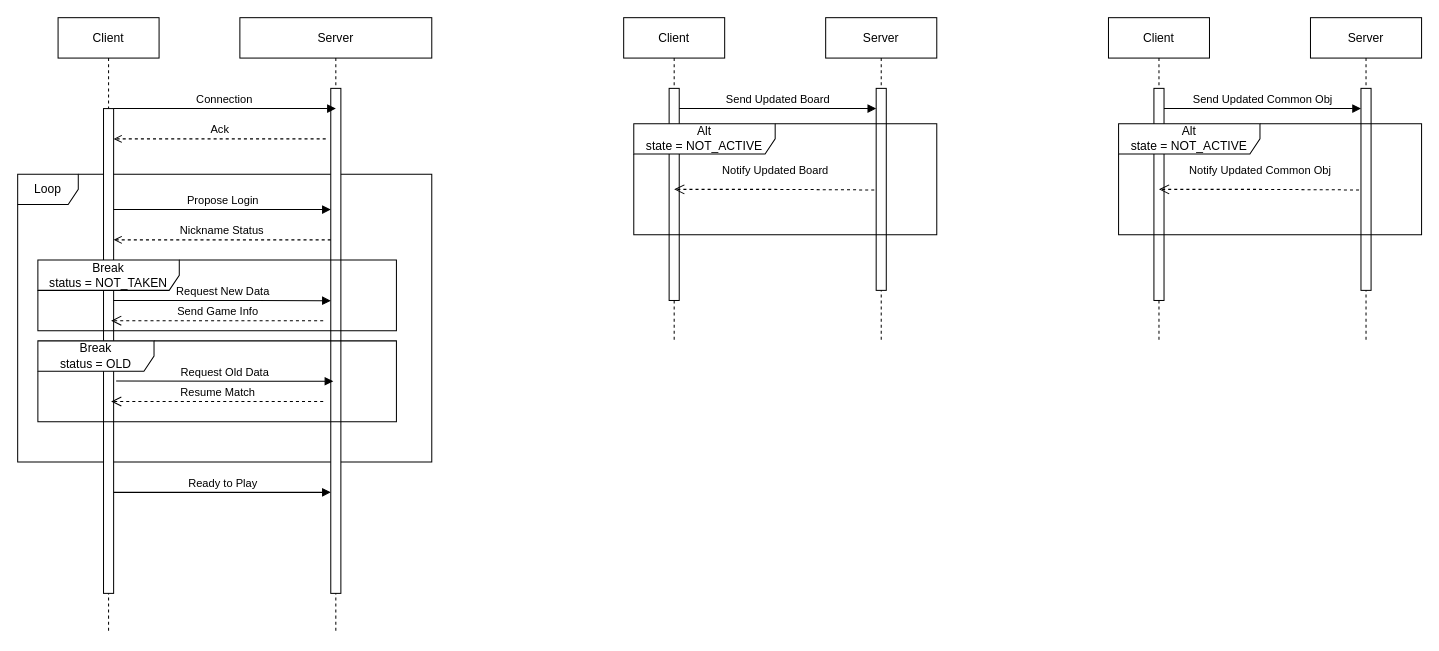
Above: deliveries/Diagrammi UML/Sequence Diagram.drawio in Davide-Ettori/My_Shelfie-Distributed-Online-Game (draw.io), before the change. Source tidied: cells renumbered, new cells numbered last; positions are measured from the earlier drawing's top-left corner, leaving out a move shared by most shapes. Both pictures are drawn from the tidied source at 101%, with x=0, y=0 at pixel (17, 17).
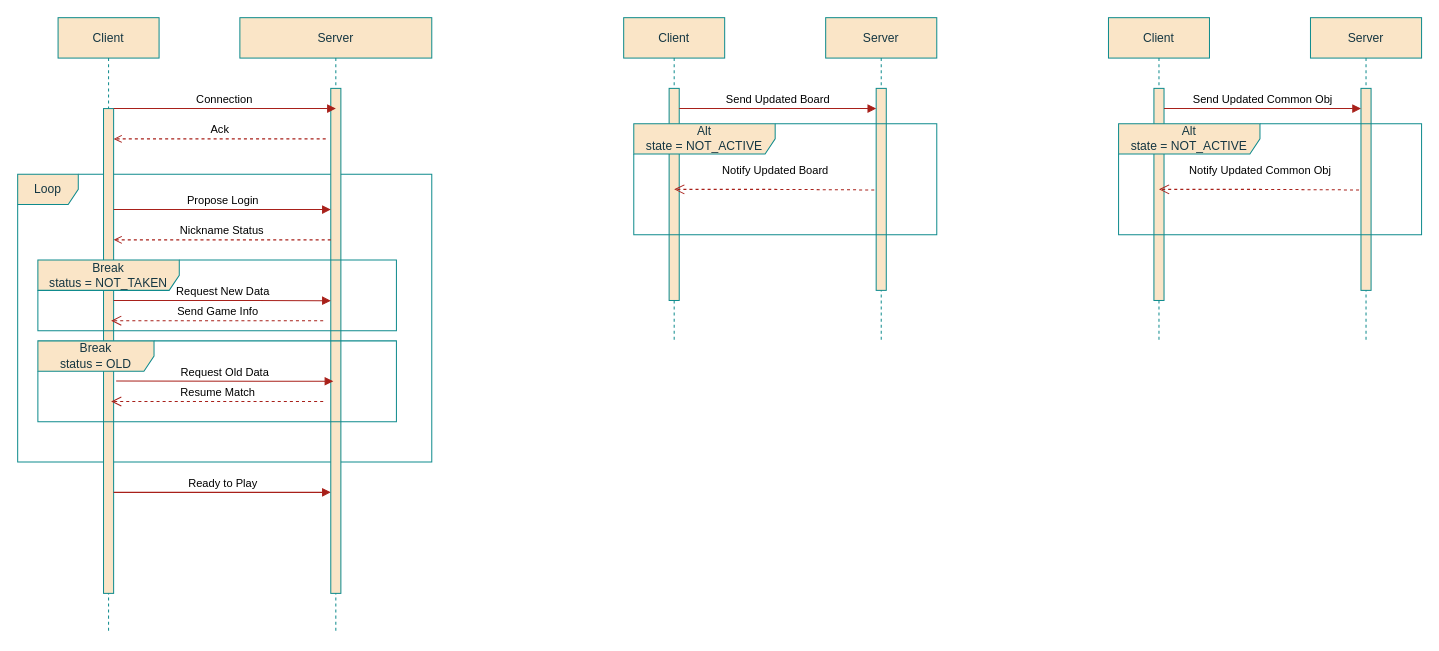
The same diagram, later.

What changed in the source:
```diff
@@
-    <mxCell id="2" value="Loop" style="shape=umlFrame;whiteSpace=wrap;html=1;" parent="1" vertex="1">
+    <mxCell id="2" value="Loop" style="shape=umlFrame;whiteSpace=wrap;html=1;labelBackgroundColor=none;fillColor=#FAE5C7;strokeColor=#0F8B8D;fontColor=#143642;" parent="1" vertex="1">
       <mxGeometry y="155" width="410" height="285" as="geometry" />
     </mxCell>
-    <mxCell id="3" value="Client" style="shape=umlLifeline;perimeter=lifelinePerimeter;rounded=0;shadow=0;strokeWidth=1;" parent="1" vertex="1">
+    <mxCell id="3" value="Client" style="shape=umlLifeline;perimeter=lifelinePerimeter;rounded=0;shadow=0;strokeWidth=1;labelBackgroundColor=none;fillColor=#FAE5C7;strokeColor=#0F8B8D;fontColor=#143642;" parent="1" vertex="1">
       <mxGeometry x="40" width="100" height="610" as="geometry" />
     </mxCell>
-    <mxCell id="4" style="points=[];perimeter=orthogonalPerimeter;rounded=0;shadow=0;strokeWidth=1;" parent="3" vertex="1">
+    <mxCell id="4" style="points=[];perimeter=orthogonalPerimeter;rounded=0;shadow=0;strokeWidth=1;labelBackgroundColor=none;fillColor=#FAE5C7;strokeColor=#0F8B8D;fontColor=#143642;" parent="3" vertex="1">
       <mxGeometry x="45" y="90" width="10" height="480" as="geometry" />
     </mxCell>
-    <mxCell id="5" value="Ready to Play" style="html=1;verticalAlign=bottom;endArrow=block;rounded=0;" parent="3" edge="1" target="7">
+    <mxCell id="5" value="Ready to Play" style="html=1;verticalAlign=bottom;endArrow=block;rounded=0;labelBackgroundColor=none;strokeColor=#A8201A;fontColor=default;" parent="3" edge="1" target="7">
       <mxGeometry relative="1" as="geometry">
         <mxPoint x="55" y="470" as="sourcePoint" />
       </mxGeometry>
     </mxCell>
-    <mxCell id="6" value="Server" style="shape=umlLifeline;perimeter=lifelinePerimeter;rounded=0;shadow=0;strokeWidth=1;" parent="1" vertex="1">
+    <mxCell id="6" value="Server" style="shape=umlLifeline;perimeter=lifelinePerimeter;rounded=0;shadow=0;strokeWidth=1;labelBackgroundColor=none;fillColor=#FAE5C7;strokeColor=#0F8B8D;fontColor=#143642;" parent="1" vertex="1">
       <mxGeometry x="220" width="190" height="610" as="geometry" />
     </mxCell>
-    <mxCell id="7" style="points=[];perimeter=orthogonalPerimeter;rounded=0;shadow=0;strokeWidth=1;" parent="6" vertex="1">
+    <mxCell id="7" style="points=[];perimeter=orthogonalPerimeter;rounded=0;shadow=0;strokeWidth=1;labelBackgroundColor=none;fillColor=#FAE5C7;strokeColor=#0F8B8D;fontColor=#143642;" parent="6" vertex="1">
       <mxGeometry x="90" y="70" width="10" height="500" as="geometry" />
     </mxCell>
-    <mxCell id="8" value="Propose Login" style="html=1;verticalAlign=bottom;endArrow=block;rounded=0;" parent="6" edge="1" target="7">
+    <mxCell id="8" value="Propose Login" style="html=1;verticalAlign=bottom;endArrow=block;rounded=0;labelBackgroundColor=none;strokeColor=#A8201A;fontColor=default;" parent="6" edge="1" target="7">
       <mxGeometry relative="1" as="geometry">
         <mxPoint x="-125" y="190" as="sourcePoint" />
       </mxGeometry>
     </mxCell>
-    <mxCell id="9" value="Nickname Status" style="html=1;verticalAlign=bottom;endArrow=open;rounded=0;dashed=1;endFill=0;" parent="6" edge="1" source="7">
+    <mxCell id="9" value="Nickname Status" style="html=1;verticalAlign=bottom;endArrow=open;rounded=0;dashed=1;endFill=0;labelBackgroundColor=none;strokeColor=#A8201A;fontColor=default;" parent="6" edge="1" source="7">
       <mxGeometry relative="1" as="geometry">
         <mxPoint x="-125" y="220" as="targetPoint" />
       </mxGeometry>
     </mxCell>
-    <mxCell id="10" value="Break&lt;br&gt;status = NOT_TAKEN" style="shape=umlFrame;whiteSpace=wrap;html=1;width=140;height=30;" parent="6" vertex="1">
+    <mxCell id="10" value="Break&lt;br&gt;status = NOT_TAKEN" style="shape=umlFrame;whiteSpace=wrap;html=1;width=140;height=30;labelBackgroundColor=none;fillColor=#FAE5C7;strokeColor=#0F8B8D;fontColor=#143642;" parent="6" vertex="1">
       <mxGeometry x="-200" y="240" width="355" height="70" as="geometry" />
     </mxCell>
-    <mxCell id="11" value="Request New Data" style="html=1;verticalAlign=bottom;endArrow=block;rounded=0;endFill=1;" parent="6" edge="1">
+    <mxCell id="11" value="Request New Data" style="html=1;verticalAlign=bottom;endArrow=block;rounded=0;endFill=1;labelBackgroundColor=none;strokeColor=#A8201A;fontColor=default;" parent="6" edge="1">
       <mxGeometry relative="1" as="geometry">
         <mxPoint x="-125" y="280" as="sourcePoint" />
         <mxPoint x="90" y="280.2" as="targetPoint" />
       </mxGeometry>
     </mxCell>
-    <mxCell id="12" value="Send Game Info" style="html=1;verticalAlign=bottom;endArrow=open;dashed=1;endSize=8;rounded=0;" parent="6" edge="1">
+    <mxCell id="12" value="Send Game Info" style="html=1;verticalAlign=bottom;endArrow=open;dashed=1;endSize=8;rounded=0;labelBackgroundColor=none;strokeColor=#A8201A;fontColor=default;" parent="6" edge="1">
       <mxGeometry relative="1" as="geometry">
         <mxPoint x="82.5" y="300" as="sourcePoint" />
         <mxPoint x="-127.5" y="300" as="targetPoint" />
       </mxGeometry>
     </mxCell>
-    <mxCell id="13" value="Connection" style="verticalAlign=bottom;endArrow=block;shadow=0;strokeWidth=1;" parent="1" edge="1" source="4">
+    <mxCell id="13" value="Connection" style="verticalAlign=bottom;endArrow=block;shadow=0;strokeWidth=1;labelBackgroundColor=none;strokeColor=#A8201A;fontColor=default;" parent="1" edge="1" source="4">
       <mxGeometry relative="1" as="geometry">
         <mxPoint x="315" y="90" as="targetPoint" />
         <Array as="points">
           <mxPoint x="195" y="90" />
         </Array>
       </mxGeometry>
     </mxCell>
-    <mxCell id="14" value="Ack" style="html=1;verticalAlign=bottom;endArrow=open;rounded=0;dashed=1;endFill=0;" parent="1" edge="1">
+    <mxCell id="14" value="Ack" style="html=1;verticalAlign=bottom;endArrow=open;rounded=0;dashed=1;endFill=0;labelBackgroundColor=none;strokeColor=#A8201A;fontColor=default;" parent="1" edge="1">
       <mxGeometry relative="1" as="geometry">
         <mxPoint x="305" y="120" as="sourcePoint" />
         <mxPoint x="95" y="120" as="targetPoint" />
         <Array as="points">
           <mxPoint x="255" y="120" />
         </Array>
       </mxGeometry>
     </mxCell>
-    <mxCell id="15" value="Break&lt;br&gt;status = OLD" style="shape=umlFrame;whiteSpace=wrap;html=1;fillStyle=auto;fillColor=#FFFFFF;width=115;height=30;" parent="1" vertex="1">
+    <mxCell id="15" value="Break&lt;br&gt;status = OLD" style="shape=umlFrame;whiteSpace=wrap;html=1;fillStyle=auto;fillColor=#FAE5C7;width=115;height=30;labelBackgroundColor=none;strokeColor=#0F8B8D;fontColor=#143642;" parent="1" vertex="1">
       <mxGeometry x="20" y="320" width="355" height="80" as="geometry" />
     </mxCell>
-    <mxCell id="16" value="Resume Match" style="html=1;verticalAlign=bottom;endArrow=open;dashed=1;endSize=8;rounded=0;" parent="1" edge="1">
+    <mxCell id="16" value="Resume Match" style="html=1;verticalAlign=bottom;endArrow=open;dashed=1;endSize=8;rounded=0;labelBackgroundColor=none;strokeColor=#A8201A;fontColor=default;" parent="1" edge="1">
       <mxGeometry relative="1" as="geometry">
         <mxPoint x="302.5" y="380" as="sourcePoint" />
         <mxPoint x="92.5" y="380" as="targetPoint" />
       </mxGeometry>
     </mxCell>
-    <mxCell id="17" value="Request Old Data" style="html=1;verticalAlign=bottom;endArrow=block;rounded=0;endFill=1;" parent="1" edge="1">
+    <mxCell id="17" value="Request Old Data" style="html=1;verticalAlign=bottom;endArrow=block;rounded=0;endFill=1;labelBackgroundColor=none;strokeColor=#A8201A;fontColor=default;" parent="1" edge="1">
       <mxGeometry relative="1" as="geometry">
         <mxPoint x="97.5" y="359.8" as="sourcePoint" />
         <mxPoint x="312.5" y="360" as="targetPoint" />
       </mxGeometry>
     </mxCell>
-    <mxCell id="18" value="Client" style="shape=umlLifeline;perimeter=lifelinePerimeter;rounded=0;shadow=0;strokeWidth=1;" parent="1" vertex="1">
+    <mxCell id="18" value="Client" style="shape=umlLifeline;perimeter=lifelinePerimeter;rounded=0;shadow=0;strokeWidth=1;labelBackgroundColor=none;fillColor=#FAE5C7;strokeColor=#0F8B8D;fontColor=#143642;" parent="1" vertex="1">
       <mxGeometry x="600" width="100" height="320" as="geometry" />
     </mxCell>
-    <mxCell id="19" style="points=[];perimeter=orthogonalPerimeter;rounded=0;shadow=0;strokeWidth=1;" parent="18" vertex="1">
+    <mxCell id="19" style="points=[];perimeter=orthogonalPerimeter;rounded=0;shadow=0;strokeWidth=1;labelBackgroundColor=none;fillColor=#FAE5C7;strokeColor=#0F8B8D;fontColor=#143642;" parent="18" vertex="1">
       <mxGeometry x="45" y="70" width="10" height="210" as="geometry" />
     </mxCell>
-    <mxCell id="20" value="Server" style="shape=umlLifeline;perimeter=lifelinePerimeter;rounded=0;shadow=0;strokeWidth=1;" parent="1" vertex="1">
+    <mxCell id="20" value="Server" style="shape=umlLifeline;perimeter=lifelinePerimeter;rounded=0;shadow=0;strokeWidth=1;labelBackgroundColor=none;fillColor=#FAE5C7;strokeColor=#0F8B8D;fontColor=#143642;" parent="1" vertex="1">
       <mxGeometry x="800" width="110" height="320" as="geometry" />
     </mxCell>
-    <mxCell id="21" style="points=[];perimeter=orthogonalPerimeter;rounded=0;shadow=0;strokeWidth=1;" parent="20" vertex="1">
+    <mxCell id="21" style="points=[];perimeter=orthogonalPerimeter;rounded=0;shadow=0;strokeWidth=1;labelBackgroundColor=none;fillColor=#FAE5C7;strokeColor=#0F8B8D;fontColor=#143642;" parent="20" vertex="1">
       <mxGeometry x="50" y="70" width="10" height="200" as="geometry" />
     </mxCell>
-    <mxCell id="22" value="Alt&lt;br&gt;state = NOT_ACTIVE" style="shape=umlFrame;whiteSpace=wrap;html=1;fillStyle=auto;fillColor=#FFFFFF;width=140;height=30;" parent="20" vertex="1">
+    <mxCell id="22" value="Alt&lt;br&gt;state = NOT_ACTIVE" style="shape=umlFrame;whiteSpace=wrap;html=1;fillStyle=auto;fillColor=#FAE5C7;width=140;height=30;labelBackgroundColor=none;strokeColor=#0F8B8D;fontColor=#143642;" parent="20" vertex="1">
       <mxGeometry x="-190" y="105" width="300" height="110" as="geometry" />
     </mxCell>
-    <mxCell id="23" value="Send Updated Board" style="verticalAlign=bottom;endArrow=block;shadow=0;strokeWidth=1;" parent="1" edge="1" source="19">
+    <mxCell id="23" value="Send Updated Board" style="verticalAlign=bottom;endArrow=block;shadow=0;strokeWidth=1;labelBackgroundColor=none;strokeColor=#A8201A;fontColor=default;" parent="1" edge="1" source="19">
       <mxGeometry relative="1" as="geometry">
         <mxPoint x="850" y="90" as="targetPoint" />
         <Array as="points">
           <mxPoint x="755" y="90" />
         </Array>
       </mxGeometry>
     </mxCell>
-    <mxCell id="24" value="Notify Updated Board" style="html=1;verticalAlign=bottom;endArrow=open;dashed=1;endSize=8;rounded=0;exitX=-0.189;exitY=0.503;exitDx=0;exitDy=0;exitPerimeter=0;" parent="1" edge="1" source="21">
+    <mxCell id="24" value="Notify Updated Board" style="html=1;verticalAlign=bottom;endArrow=open;dashed=1;endSize=8;rounded=0;exitX=-0.189;exitY=0.503;exitDx=0;exitDy=0;exitPerimeter=0;labelBackgroundColor=none;strokeColor=#A8201A;fontColor=default;" parent="1" edge="1" source="21">
       <mxGeometry x="-0.01" y="-10" relative="1" as="geometry">
         <mxPoint x="650" y="170" as="targetPoint" />
         <Array as="points">
           <mxPoint x="750" y="170" />
         </Array>
       </mxGeometry>
     </mxCell>
-    <mxCell id="25" value="Client" style="shape=umlLifeline;perimeter=lifelinePerimeter;rounded=0;shadow=0;strokeWidth=1;" parent="1" vertex="1">
+    <mxCell id="25" value="Client" style="shape=umlLifeline;perimeter=lifelinePerimeter;rounded=0;shadow=0;strokeWidth=1;labelBackgroundColor=none;fillColor=#FAE5C7;strokeColor=#0F8B8D;fontColor=#143642;" parent="1" vertex="1">
       <mxGeometry x="1080" width="100" height="320" as="geometry" />
     </mxCell>
-    <mxCell id="26" style="points=[];perimeter=orthogonalPerimeter;rounded=0;shadow=0;strokeWidth=1;" parent="25" vertex="1">
+    <mxCell id="26" style="points=[];perimeter=orthogonalPerimeter;rounded=0;shadow=0;strokeWidth=1;labelBackgroundColor=none;fillColor=#FAE5C7;strokeColor=#0F8B8D;fontColor=#143642;" parent="25" vertex="1">
       <mxGeometry x="45" y="70" width="10" height="210" as="geometry" />
     </mxCell>
-    <mxCell id="27" value="Server" style="shape=umlLifeline;perimeter=lifelinePerimeter;rounded=0;shadow=0;strokeWidth=1;" parent="1" vertex="1">
+    <mxCell id="27" value="Server" style="shape=umlLifeline;perimeter=lifelinePerimeter;rounded=0;shadow=0;strokeWidth=1;labelBackgroundColor=none;fillColor=#FAE5C7;strokeColor=#0F8B8D;fontColor=#143642;" parent="1" vertex="1">
       <mxGeometry x="1280" width="110" height="320" as="geometry" />
     </mxCell>
-    <mxCell id="28" style="points=[];perimeter=orthogonalPerimeter;rounded=0;shadow=0;strokeWidth=1;" parent="27" vertex="1">
+    <mxCell id="28" style="points=[];perimeter=orthogonalPerimeter;rounded=0;shadow=0;strokeWidth=1;labelBackgroundColor=none;fillColor=#FAE5C7;strokeColor=#0F8B8D;fontColor=#143642;" parent="27" vertex="1">
       <mxGeometry x="50" y="70" width="10" height="200" as="geometry" />
     </mxCell>
-    <mxCell id="29" value="Alt&lt;br&gt;state = NOT_ACTIVE" style="shape=umlFrame;whiteSpace=wrap;html=1;fillStyle=auto;fillColor=#FFFFFF;width=140;height=30;" parent="27" vertex="1">
+    <mxCell id="29" value="Alt&lt;br&gt;state = NOT_ACTIVE" style="shape=umlFrame;whiteSpace=wrap;html=1;fillStyle=auto;fillColor=#FAE5C7;width=140;height=30;labelBackgroundColor=none;strokeColor=#0F8B8D;fontColor=#143642;" parent="27" vertex="1">
       <mxGeometry x="-190" y="105" width="300" height="110" as="geometry" />
     </mxCell>
-    <mxCell id="30" value="Send Updated Common Obj" style="verticalAlign=bottom;endArrow=block;shadow=0;strokeWidth=1;" parent="1" edge="1" source="26">
+    <mxCell id="30" value="Send Updated Common Obj" style="verticalAlign=bottom;endArrow=block;shadow=0;strokeWidth=1;labelBackgroundColor=none;strokeColor=#A8201A;fontColor=default;" parent="1" edge="1" source="26">
       <mxGeometry relative="1" as="geometry">
         <mxPoint x="1330" y="90" as="targetPoint" />
         <Array as="points">
           <mxPoint x="1235" y="90" />
         </Array>
       </mxGeometry>
     </mxCell>
-    <mxCell id="31" value="Notify Updated Common Obj" style="html=1;verticalAlign=bottom;endArrow=open;dashed=1;endSize=8;rounded=0;exitX=-0.189;exitY=0.503;exitDx=0;exitDy=0;exitPerimeter=0;" parent="1" edge="1" source="28">
+    <mxCell id="31" value="Notify Updated Common Obj" style="html=1;verticalAlign=bottom;endArrow=open;dashed=1;endSize=8;rounded=0;exitX=-0.189;exitY=0.503;exitDx=0;exitDy=0;exitPerimeter=0;labelBackgroundColor=none;strokeColor=#A8201A;fontColor=default;" parent="1" edge="1" source="28">
       <mxGeometry x="-0.01" y="-10" relative="1" as="geometry">
         <mxPoint x="1130" y="170" as="targetPoint" />
         <Array as="points">
           <mxPoint x="1230" y="170" />
         </Array>
       </mxGeometry>
     </mxCell>
```
